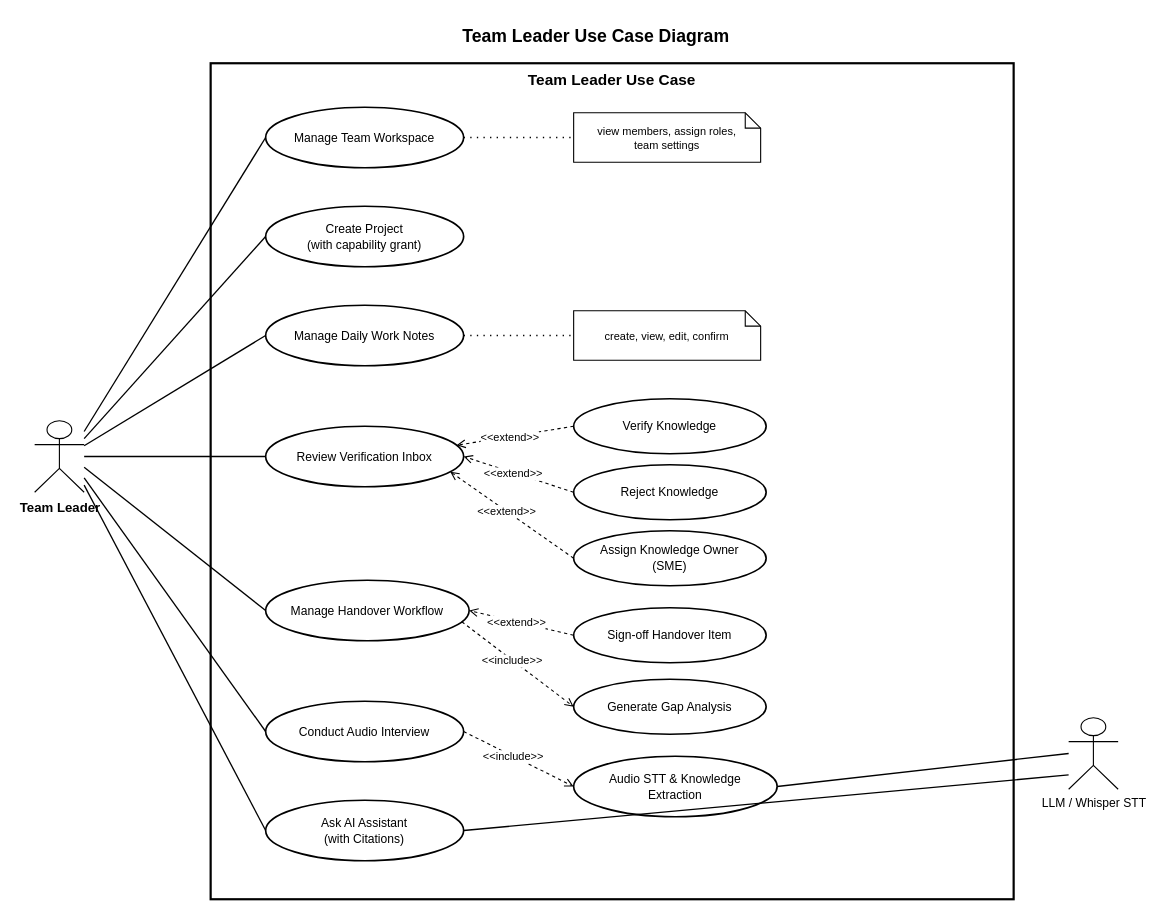
Above: Technical-Writing-Document/Output-DrawIo/05_usecase_team_leader.drawio in DATN-SPRING2027/Document (draw.io), before the change. Source tidied: cells renumbered, new cells numbered last; positions are measured from the earlier drawing's top-left corner, leaving out a move shared by most shapes. Both pictures are drawn from the tidied source at 110%, with x=0, y=0 at pixel (34, 19).
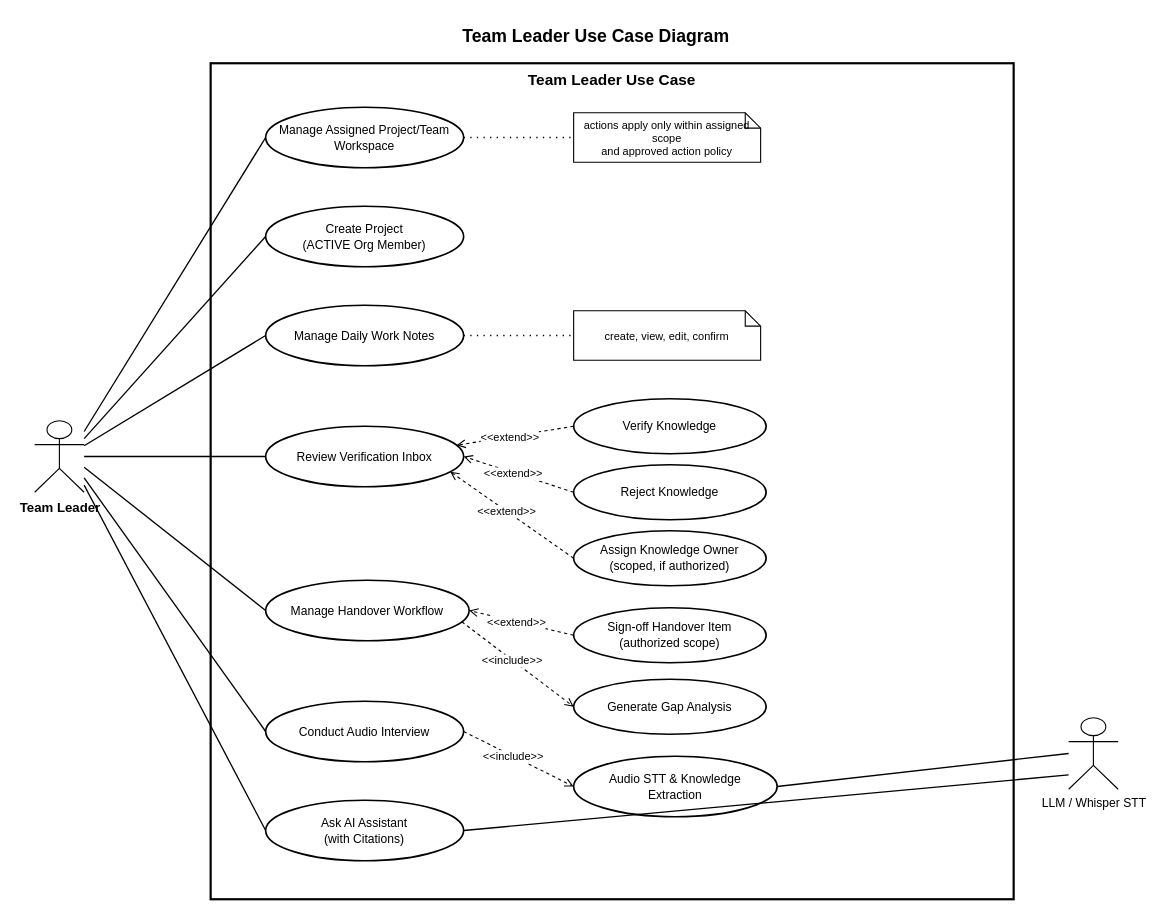
The same diagram, later.

What changed in the source:
```diff
@@
-    <mxCell id="6" value="Manage Team Workspace" style="ellipse;whiteSpace=wrap;html=1;fillColor=#ffffff;strokeColor=#000000;strokeWidth=1.5;fontColor=#000000;fontSize=11;fontFamily=Helvetica;" parent="1" vertex="1">
+    <mxCell id="6" value="Manage Assigned Project/Team&#10;Workspace" style="ellipse;whiteSpace=wrap;html=1;fillColor=#ffffff;strokeColor=#000000;strokeWidth=1.5;fontColor=#000000;fontSize=11;fontFamily=Helvetica;" parent="1" vertex="1">
       <mxGeometry x="210" y="80" width="180" height="55" as="geometry" />
     </mxCell>
-    <mxCell id="7" value="Create Project&#10;(with capability grant)" style="ellipse;whiteSpace=wrap;html=1;fillColor=#ffffff;strokeColor=#000000;strokeWidth=1.5;fontColor=#000000;fontSize=11;fontFamily=Helvetica;" parent="1" vertex="1">
+    <mxCell id="7" value="Create Project&#10;(ACTIVE Org Member)" style="ellipse;whiteSpace=wrap;html=1;fillColor=#ffffff;strokeColor=#000000;strokeWidth=1.5;fontColor=#000000;fontSize=11;fontFamily=Helvetica;" parent="1" vertex="1">
       <mxGeometry x="210" y="170" width="180" height="55" as="geometry" />
     </mxCell>
@@
-    <mxCell id="13" value="view members, assign roles,&#10;team settings" style="shape=note;whiteSpace=wrap;html=1;size=14;fillColor=#ffffff;strokeColor=#000000;strokeWidth=1;fontSize=10;fontFamily=Helvetica;align=center;verticalAlign=middle;" parent="1" vertex="1">
+    <mxCell id="13" value="actions apply only within assigned scope&#10;and approved action policy" style="shape=note;whiteSpace=wrap;html=1;size=14;fillColor=#ffffff;strokeColor=#000000;strokeWidth=1;fontSize=10;fontFamily=Helvetica;align=center;verticalAlign=middle;" parent="1" vertex="1">
       <mxGeometry x="490" y="85" width="170" height="45" as="geometry" />
     </mxCell>
@@
-    <mxCell id="19" value="Assign Knowledge Owner&#10;(SME)" style="ellipse;whiteSpace=wrap;html=1;fillColor=#ffffff;strokeColor=#000000;strokeWidth=1.5;fontColor=#000000;fontSize=11;fontFamily=Helvetica;" parent="1" vertex="1">
+    <mxCell id="19" value="Assign Knowledge Owner&#10;(scoped, if authorized)" style="ellipse;whiteSpace=wrap;html=1;fillColor=#ffffff;strokeColor=#000000;strokeWidth=1.5;fontColor=#000000;fontSize=11;fontFamily=Helvetica;" parent="1" vertex="1">
       <mxGeometry x="490" y="465" width="175" height="50" as="geometry" />
     </mxCell>
-    <mxCell id="20" value="Sign-off Handover Item" style="ellipse;whiteSpace=wrap;html=1;fillColor=#ffffff;strokeColor=#000000;strokeWidth=1.5;fontColor=#000000;fontSize=11;fontFamily=Helvetica;" parent="1" vertex="1">
+    <mxCell id="20" value="Sign-off Handover Item&#10;(authorized scope)" style="ellipse;whiteSpace=wrap;html=1;fillColor=#ffffff;strokeColor=#000000;strokeWidth=1.5;fontColor=#000000;fontSize=11;fontFamily=Helvetica;" parent="1" vertex="1">
       <mxGeometry x="490" y="535" width="175" height="50" as="geometry" />
     </mxCell>
```
